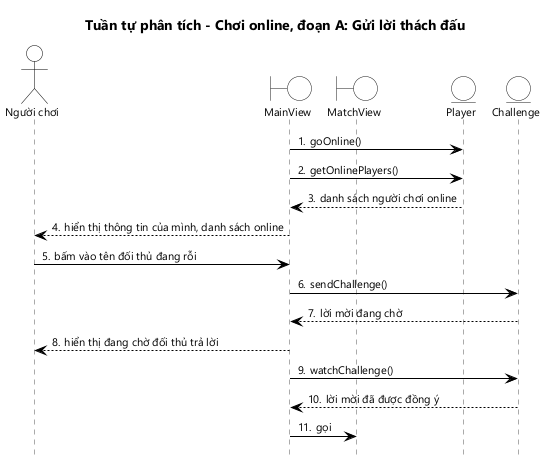
HungNguyenBa1811/math-dash keeps this PlantUML diagram as docs/hung/tuan-tu-phan-tich-uc03a.png. Above is the earlier version. Source of this version:
```plantuml
@startuml tuan-tu-phan-tich-uc03a
!include _seq.iuml
title Tuần tự phân tích - Chơi online, đoạn A: Gửi lời thách đấu

actor "Người chơi" as U
boundary MainView as MV
boundary MatchView as GV
entity Player as P
entity Challenge as C

MV -> P : goOnline()
MV -> P : getOnlinePlayers()
P --> MV : danh sách người chơi online
MV --> U : hiển thị thông tin của mình, danh sách online
U -> MV : bấm vào tên đối thủ đang rỗi
MV -> C : sendChallenge()
C --> MV : lời mời đang chờ
MV --> U : hiển thị đang chờ đối thủ trả lời
MV -> C : watchChallenge()
C --> MV : lời mời đã được đồng ý
MV -> GV : gọi
@enduml
```
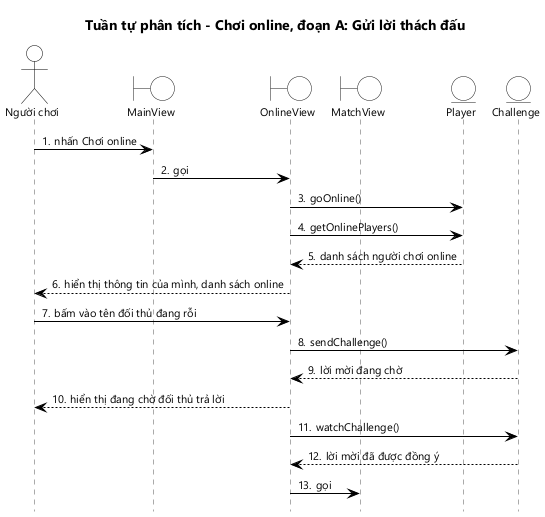
Later version of the same file.

Change to the diagram source:
```diff
@@ -4,19 +4,22 @@
 
 actor "Người chơi" as U
 boundary MainView as MV
+boundary OnlineView as OV
 boundary MatchView as GV
 entity Player as P
 entity Challenge as C
 
-MV -> P : goOnline()
-MV -> P : getOnlinePlayers()
-P --> MV : danh sách người chơi online
-MV --> U : hiển thị thông tin của mình, danh sách online
-U -> MV : bấm vào tên đối thủ đang rỗi
-MV -> C : sendChallenge()
-C --> MV : lời mời đang chờ
-MV --> U : hiển thị đang chờ đối thủ trả lời
-MV -> C : watchChallenge()
-C --> MV : lời mời đã được đồng ý
-MV -> GV : gọi
+U -> MV : nhấn Chơi online
+MV -> OV : gọi
+OV -> P : goOnline()
+OV -> P : getOnlinePlayers()
+P --> OV : danh sách người chơi online
+OV --> U : hiển thị thông tin của mình, danh sách online
+U -> OV : bấm vào tên đối thủ đang rỗi
+OV -> C : sendChallenge()
+C --> OV : lời mời đang chờ
+OV --> U : hiển thị đang chờ đối thủ trả lời
+OV -> C : watchChallenge()
+C --> OV : lời mời đã được đồng ý
+OV -> GV : gọi
 @enduml
```
